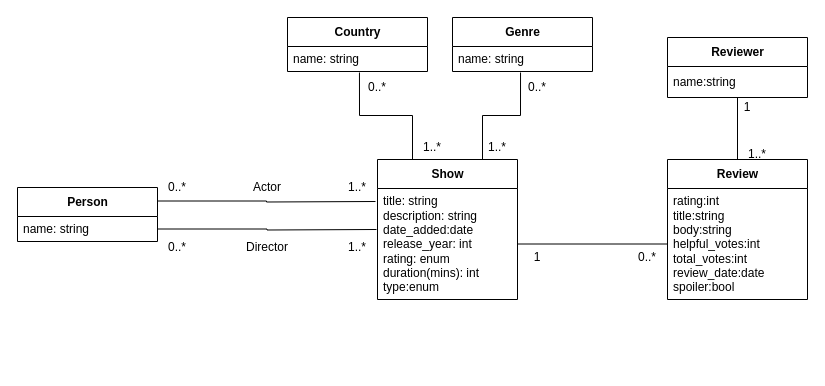
This is sql.drawio from rfontao/PRI, a draw.io file, before an edit. Source tidied: cells renumbered, new cells numbered last; positions are measured from the earlier drawing's top-left corner, leaving out a move shared by most shapes. Both pictures are drawn from the tidied source at 100%, with x=0, y=0 at pixel (17, 17).
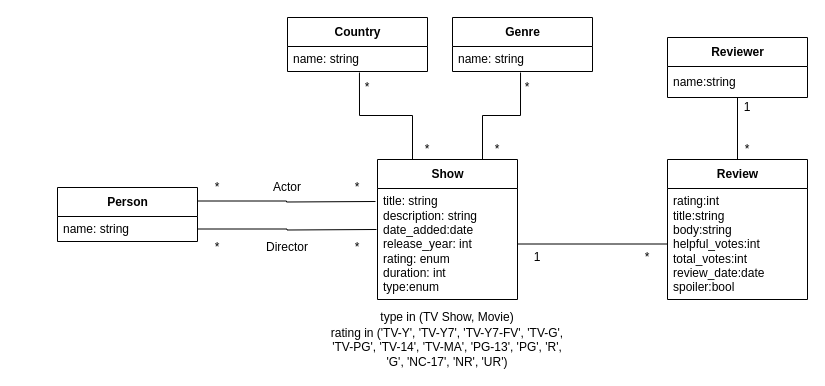
Above is the later version.

Commit message (it also covers changes not shown here):
conceptual model

The change refers to these unchanged cells:
```xml
<mxCell id="9" value="Show" style="swimlane;fontStyle=1;align=center;verticalAlign=middle;horizontal=1;startSize=29;html=1;" parent="1" vertex="1">
  <mxGeometry x="360" y="142" width="140" height="140" as="geometry" />
</mxCell>
```

What changed in the source:
```diff
@@
     <mxCell id="5" value="Person" style="swimlane;fontStyle=1;align=center;verticalAlign=middle;horizontal=1;startSize=29;html=1;" parent="1" vertex="1">
-      <mxGeometry y="170" width="140" height="54" as="geometry" />
+      <mxGeometry x="40" y="170" width="140" height="54" as="geometry" />
     </mxCell>
@@
-    <mxCell id="10" value="title: string&lt;br&gt;description: string&lt;br&gt;date_added:date&lt;br&gt;release_year: int&lt;br&gt;rating: enum&lt;br&gt;duration(mins): int&lt;br&gt;type:enum" style="text;html=1;strokeColor=none;fillColor=none;align=left;verticalAlign=middle;spacingLeft=4;spacingRight=4;overflow=hidden;points=[[0,0.5],[1,0.5]];portConstraint=eastwest;" parent="9" vertex="1">
+    <mxCell id="10" value="title: string&lt;br&gt;description: string&lt;br&gt;date_added:date&lt;br&gt;release_year: int&lt;br&gt;rating: enum&lt;br&gt;duration: int&lt;br&gt;type:enum" style="text;html=1;strokeColor=none;fillColor=none;align=left;verticalAlign=middle;spacingLeft=4;spacingRight=4;overflow=hidden;points=[[0,0.5],[1,0.5]];portConstraint=eastwest;" parent="9" vertex="1">
       <mxGeometry y="29" width="140" height="111" as="geometry" />
     </mxCell>
@@
-    <mxCell id="14" value="0..*" style="text;html=1;strokeColor=none;fillColor=none;align=center;verticalAlign=middle;whiteSpace=wrap;rounded=0;" parent="1" vertex="1">
-      <mxGeometry x="140" y="220" width="40" height="20" as="geometry" />
+    <mxCell id="14" value="*" style="text;html=1;strokeColor=none;fillColor=none;align=center;verticalAlign=middle;whiteSpace=wrap;rounded=0;" parent="1" vertex="1">
+      <mxGeometry x="180" y="220" width="40" height="20" as="geometry" />
     </mxCell>
     <mxCell id="15" value="Director" style="text;html=1;strokeColor=none;fillColor=none;align=center;verticalAlign=middle;whiteSpace=wrap;rounded=0;" parent="1" vertex="1">
-      <mxGeometry x="230" y="220" width="40" height="20" as="geometry" />
+      <mxGeometry x="250" y="220" width="40" height="20" as="geometry" />
     </mxCell>
-    <mxCell id="16" value="1..*" style="text;html=1;strokeColor=none;fillColor=none;align=center;verticalAlign=middle;whiteSpace=wrap;rounded=0;" parent="1" vertex="1">
+    <mxCell id="16" value="*" style="text;html=1;strokeColor=none;fillColor=none;align=center;verticalAlign=middle;whiteSpace=wrap;rounded=0;" parent="1" vertex="1">
       <mxGeometry x="320" y="220" width="40" height="20" as="geometry" />
     </mxCell>
-    <mxCell id="17" value="1..*" style="text;html=1;strokeColor=none;fillColor=none;align=center;verticalAlign=middle;whiteSpace=wrap;rounded=0;" parent="1" vertex="1">
+    <mxCell id="17" value="*" style="text;html=1;strokeColor=none;fillColor=none;align=center;verticalAlign=middle;whiteSpace=wrap;rounded=0;" parent="1" vertex="1">
       <mxGeometry x="320" y="160" width="40" height="20" as="geometry" />
     </mxCell>
-    <mxCell id="18" value="0..*" style="text;html=1;strokeColor=none;fillColor=none;align=center;verticalAlign=middle;whiteSpace=wrap;rounded=0;" parent="1" vertex="1">
-      <mxGeometry x="140" y="160" width="40" height="20" as="geometry" />
+    <mxCell id="18" value="*" style="text;html=1;strokeColor=none;fillColor=none;align=center;verticalAlign=middle;whiteSpace=wrap;rounded=0;" parent="1" vertex="1">
+      <mxGeometry x="180" y="160" width="40" height="20" as="geometry" />
     </mxCell>
     <mxCell id="19" value="Actor" style="text;html=1;strokeColor=none;fillColor=none;align=center;verticalAlign=middle;whiteSpace=wrap;rounded=0;" parent="1" vertex="1">
-      <mxGeometry x="230" y="160" width="40" height="20" as="geometry" />
+      <mxGeometry x="250" y="160" width="40" height="20" as="geometry" />
     </mxCell>
-    <mxCell id="20" value="0..*" style="text;html=1;strokeColor=none;fillColor=none;align=center;verticalAlign=middle;whiteSpace=wrap;rounded=0;" parent="1" vertex="1">
-      <mxGeometry x="340" y="60" width="40" height="20" as="geometry" />
+    <mxCell id="20" value="*" style="text;html=1;strokeColor=none;fillColor=none;align=center;verticalAlign=middle;whiteSpace=wrap;rounded=0;" parent="1" vertex="1">
+      <mxGeometry x="330" y="60" width="40" height="20" as="geometry" />
     </mxCell>
-    <mxCell id="21" value="1..*" style="text;html=1;strokeColor=none;fillColor=none;align=center;verticalAlign=middle;whiteSpace=wrap;rounded=0;" parent="1" vertex="1">
-      <mxGeometry x="395" y="120" width="40" height="20" as="geometry" />
+    <mxCell id="21" value="*" style="text;html=1;strokeColor=none;fillColor=none;align=center;verticalAlign=middle;whiteSpace=wrap;rounded=0;" parent="1" vertex="1">
+      <mxGeometry x="390" y="122" width="40" height="20" as="geometry" />
     </mxCell>
-    <mxCell id="22" value="0..*" style="text;html=1;strokeColor=none;fillColor=none;align=center;verticalAlign=middle;whiteSpace=wrap;rounded=0;" parent="1" vertex="1">
-      <mxGeometry x="500" y="60" width="40" height="20" as="geometry" />
+    <mxCell id="22" value="*" style="text;html=1;strokeColor=none;fillColor=none;align=center;verticalAlign=middle;whiteSpace=wrap;rounded=0;" parent="1" vertex="1">
+      <mxGeometry x="490" y="60" width="40" height="20" as="geometry" />
     </mxCell>
-    <mxCell id="23" value="1..*" style="text;html=1;strokeColor=none;fillColor=none;align=center;verticalAlign=middle;whiteSpace=wrap;rounded=0;" parent="1" vertex="1">
-      <mxGeometry x="460" y="120" width="40" height="20" as="geometry" />
+    <mxCell id="23" value="*" style="text;html=1;strokeColor=none;fillColor=none;align=center;verticalAlign=middle;whiteSpace=wrap;rounded=0;" parent="1" vertex="1">
+      <mxGeometry x="460" y="122" width="40" height="20" as="geometry" />
     </mxCell>
@@
-    <mxCell id="30" value="1..*" style="text;html=1;strokeColor=none;fillColor=none;align=center;verticalAlign=middle;whiteSpace=wrap;rounded=0;" parent="1" vertex="1">
-      <mxGeometry x="720" y="127" width="40" height="20" as="geometry" />
+    <mxCell id="30" value="*" style="text;html=1;strokeColor=none;fillColor=none;align=center;verticalAlign=middle;whiteSpace=wrap;rounded=0;" parent="1" vertex="1">
+      <mxGeometry x="710" y="122" width="40" height="20" as="geometry" />
     </mxCell>
@@
-    <mxCell id="32" value="0..*" style="text;html=1;strokeColor=none;fillColor=none;align=center;verticalAlign=middle;whiteSpace=wrap;rounded=0;" parent="1" vertex="1">
+    <mxCell id="32" value="*" style="text;html=1;strokeColor=none;fillColor=none;align=center;verticalAlign=middle;whiteSpace=wrap;rounded=0;" parent="1" vertex="1">
       <mxGeometry x="610" y="230" width="40" height="20" as="geometry" />
     </mxCell>
@@
+    <mxCell id="34" value="type in (TV Show, Movie)" style="text;html=1;strokeColor=none;fillColor=none;align=center;verticalAlign=middle;whiteSpace=wrap;rounded=0;" parent="1" vertex="1">
+      <mxGeometry x="360" y="290" width="140" height="20" as="geometry" />
+    </mxCell>
+    <mxCell id="35" value="rating in ('TV-Y', 'TV-Y7', 'TV-Y7-FV', 'TV-G', 'TV-PG', 'TV-14', 'TV-MA', 'PG-13', 'PG', 'R', 'G', 'NC-17', 'NR', 'UR')" style="text;html=1;strokeColor=none;fillColor=none;align=center;verticalAlign=middle;whiteSpace=wrap;rounded=0;" parent="1" vertex="1">
+      <mxGeometry x="310" y="320" width="240" height="20" as="geometry" />
+    </mxCell>
```
